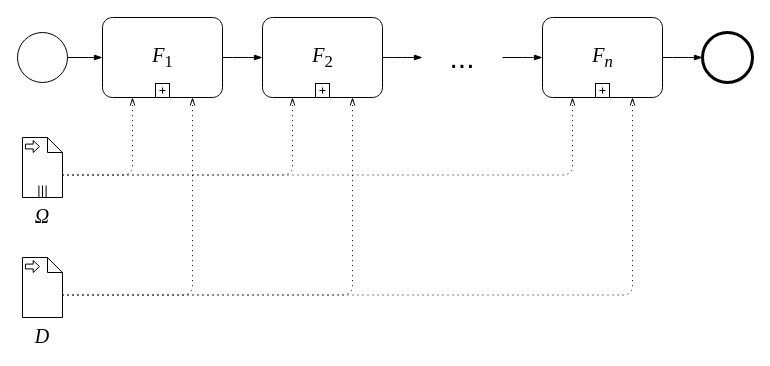
Before: page "seq" (4 of 5) of doc/Paper_BPMN_flow_seq.drawio in miguel76/know-flow, a draw.io diagram. Source tidied: cells renumbered, new cells numbered last; positions are measured from the earlier drawing's top-left corner, leaving out a move shared by most shapes. Both pictures are drawn from the tidied source at 100%, with x=0, y=0 at pixel (17, -23).
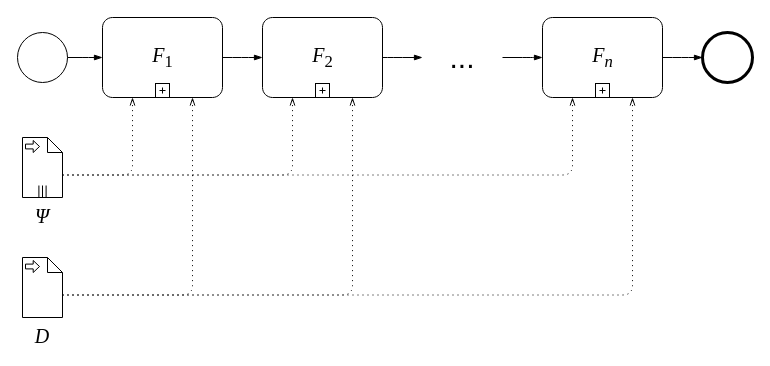
The same diagram, later.

Diff of the diagram source:
```diff
@@
-    <mxCell id="2" value="&lt;i&gt;Ω&lt;/i&gt;" style="shape=mxgraph.bpmn.data;labelPosition=center;verticalLabelPosition=bottom;align=center;verticalAlign=top;whiteSpace=wrap;size=15;html=1;bpmnTransferType=input;isCollection=1;fontSize=20;fontFamily=Times New Roman;" parent="1" vertex="1">
+    <mxCell id="2" value="&lt;i&gt;Ψ&lt;/i&gt;" style="shape=mxgraph.bpmn.data;labelPosition=center;verticalLabelPosition=bottom;align=center;verticalAlign=top;whiteSpace=wrap;size=15;html=1;bpmnTransferType=input;isCollection=1;fontSize=20;fontFamily=Times New Roman;" parent="1" vertex="1">
       <mxGeometry x="5" y="160" width="40" height="60" as="geometry" />
     </mxCell>
```
